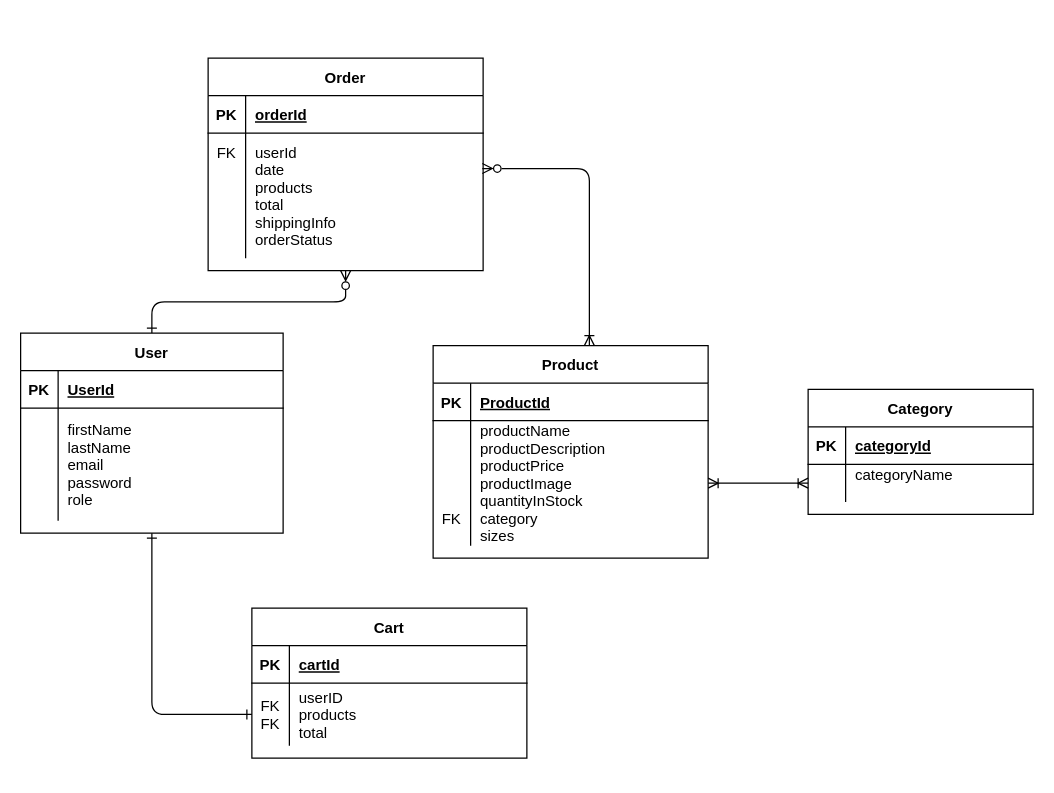
Earlier version of the draw.io diagram E-commerce.dio (NorahManeea/Glow-Backend-Project). Source tidied: cells renumbered, new cells numbered last; positions are measured from the earlier drawing's top-left corner, leaving out a move shared by most shapes. Both pictures are drawn from the tidied source at 125%, with x=0, y=0 at pixel (20, 58).
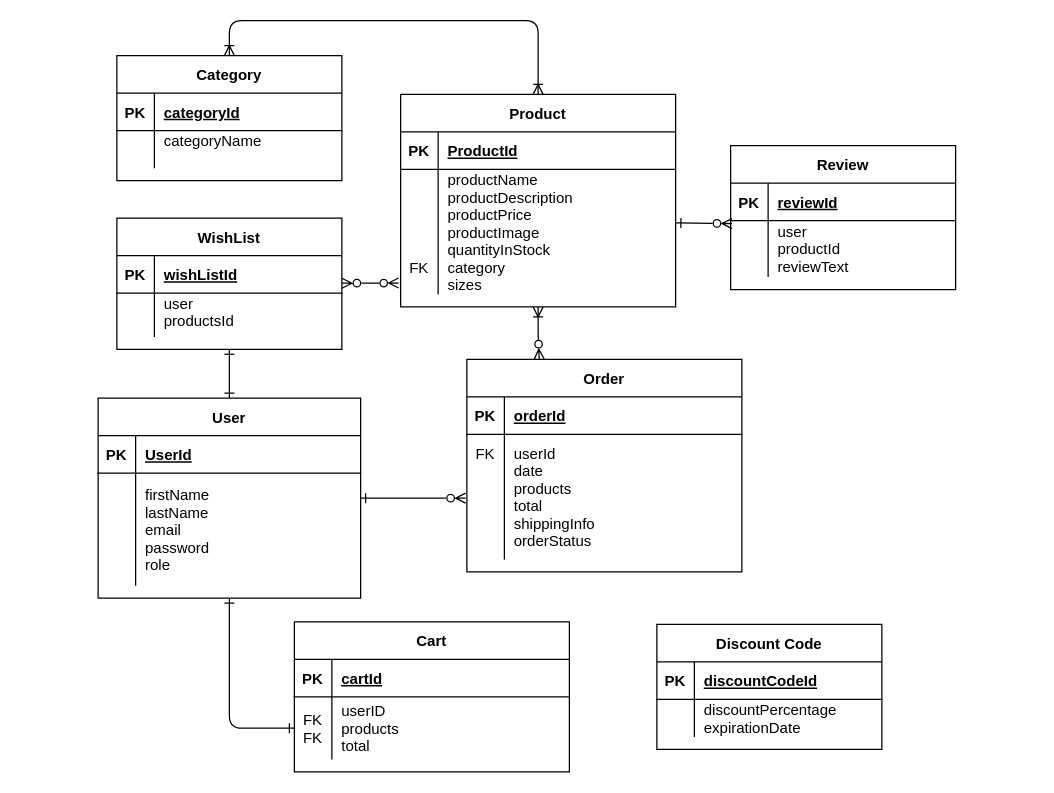
The same page after the edit.

Unchanged cells that the change refers to:
```xml
<mxCell id="14" style="shape=partialRectangle;fillColor=none;points=[[0,0.5],[1,0.5]];portConstraint=eastwest;top=0;left=0;right=0;bottom=0;" parent="10" vertex="1">
  <mxGeometry y="60" width="220" height="100" as="geometry" />
</mxCell>
<mxCell id="21" style="shape=partialRectangle;fillColor=none;points=[[0,0.5],[1,0.5]];portConstraint=eastwest;top=0;left=0;right=0;bottom=0;" parent="17" vertex="1">
  <mxGeometry y="60" width="180" height="30" as="geometry" />
</mxCell>
<mxCell id="35" style="shape=partialRectangle;fillColor=none;points=[[0,0.5],[1,0.5]];portConstraint=eastwest;top=0;left=0;right=0;bottom=0;" parent="31" vertex="1">
  <mxGeometry y="60" width="220" height="100" as="geometry" />
</mxCell>
```

Diff of the diagram source:
```diff
@@
-    <mxCell id="2" style="edgeStyle=orthogonalEdgeStyle;rounded=1;jettySize=auto;html=1;entryX=0.5;entryY=1;entryDx=0;entryDy=0;startArrow=ERone;startFill=0;endArrow=ERzeroToMany;endFill=0;" parent="1" edge="1" source="3" target="31">
-      <mxGeometry relative="1" as="geometry" />
+    <mxCell id="2" style="edgeStyle=orthogonalEdgeStyle;rounded=1;jettySize=auto;html=1;startArrow=ERone;startFill=0;endArrow=ERzeroToMany;endFill=0;" parent="1" edge="1" source="3">
+      <mxGeometry relative="1" as="geometry">
+        <mxPoint x="356" y="352" as="targetPoint" />
+      </mxGeometry>
     </mxCell>
+    <mxCell id="41" style="edgeStyle=none;rounded=1;html=1;entryX=0.5;entryY=1;entryDx=0;entryDy=0;startArrow=ERone;startFill=0;endArrow=ERone;endFill=0;" parent="1" edge="1" source="3" target="57">
+      <mxGeometry relative="1" as="geometry" />
+    </mxCell>
     <mxCell id="3" value="User" style="shape=table;startSize=30;childLayout=tableLayout;rowLines=0;fontStyle=1;align=center;" parent="1" vertex="1">
-      <mxGeometry y="220" width="210" height="160" as="geometry" />
+      <mxGeometry x="62" y="272" width="210" height="160" as="geometry" />
     </mxCell>
@@
     <mxCell id="10" value="Product" style="shape=table;startSize=30;childLayout=tableLayout;rowLines=0;fontStyle=1;align=center;" parent="1" vertex="1">
-      <mxGeometry x="330" y="230" width="220" height="170" as="geometry" />
+      <mxGeometry x="304" y="29" width="220" height="170" as="geometry" />
     </mxCell>
@@
     <mxCell id="17" value="Category" style="shape=table;startSize=30;childLayout=tableLayout;rowLines=0;fontStyle=1;align=center;" parent="1" vertex="1">
-      <mxGeometry x="630" y="265" width="180" height="100" as="geometry" />
+      <mxGeometry x="77" y="-2" width="180" height="100" as="geometry" />
     </mxCell>
@@
     <mxCell id="24" value="Cart" style="shape=table;startSize=30;childLayout=tableLayout;rowLines=0;fontStyle=1;align=center;" parent="1" vertex="1">
-      <mxGeometry x="185" y="440" width="220" height="120" as="geometry" />
+      <mxGeometry x="219" y="451" width="220" height="120" as="geometry" />
     </mxCell>
@@
     <mxCell id="31" value="Order" style="shape=table;startSize=30;childLayout=tableLayout;rowLines=0;fontStyle=1;align=center;" parent="1" vertex="1">
-      <mxGeometry x="150" width="220" height="170" as="geometry" />
+      <mxGeometry x="357" y="241" width="220" height="170" as="geometry" />
     </mxCell>
@@
-    <mxCell id="38" style="edgeStyle=orthogonalEdgeStyle;rounded=0;jettySize=auto;html=1;endArrow=ERoneToMany;endFill=0;startArrow=ERoneToMany;startFill=0;" parent="1" edge="1" source="14" target="21">
-      <mxGeometry relative="1" as="geometry" />
+    <mxCell id="38" style="edgeStyle=orthogonalEdgeStyle;rounded=1;jettySize=auto;html=1;endArrow=ERoneToMany;endFill=0;startArrow=ERoneToMany;startFill=0;entryX=0.5;entryY=0;entryDx=0;entryDy=0;exitX=0.5;exitY=0;exitDx=0;exitDy=0;" parent="1" edge="1" source="10" target="17">
+      <mxGeometry relative="1" as="geometry">
+        <Array as="points">
+          <mxPoint x="414" y="-30" />
+          <mxPoint x="167" y="-30" />
+        </Array>
+      </mxGeometry>
     </mxCell>
-    <mxCell id="39" style="edgeStyle=orthogonalEdgeStyle;rounded=1;jettySize=auto;html=1;entryX=0.997;entryY=0.283;entryDx=0;entryDy=0;entryPerimeter=0;endArrow=ERzeroToMany;endFill=0;startArrow=ERoneToMany;startFill=0;" parent="1" edge="1" source="10" target="35">
-      <mxGeometry relative="1" as="geometry">
-        <Array as="points">
-          <mxPoint x="455" y="88" />
-        </Array>
-      </mxGeometry>
+    <mxCell id="39" style="edgeStyle=orthogonalEdgeStyle;rounded=1;jettySize=auto;html=1;endArrow=ERzeroToMany;endFill=0;startArrow=ERoneToMany;startFill=0;entryX=0.263;entryY=-0.001;entryDx=0;entryDy=0;entryPerimeter=0;" parent="1" edge="1" source="10" target="31">
+      <mxGeometry relative="1" as="geometry" />
     </mxCell>
@@
+    <mxCell id="42" value="Discount Code" style="shape=table;startSize=30;childLayout=tableLayout;rowLines=0;fontStyle=1;align=center;" parent="1" vertex="1">
+      <mxGeometry x="509" y="453" width="180" height="100" as="geometry" />
+    </mxCell>
+    <mxCell id="43" style="shape=partialRectangle;fillColor=none;top=0;left=0;right=0;bottom=1;" parent="42" vertex="1">
+      <mxGeometry y="30" width="180" height="30" as="geometry" />
+    </mxCell>
+    <mxCell id="44" value="PK" style="shape=partialRectangle;overflow=hidden;fillColor=none;top=0;left=0;bottom=0;right=0;fontStyle=1;" parent="43" vertex="1">
+      <mxGeometry width="30" height="30" as="geometry" />
+    </mxCell>
+    <mxCell id="45" value="discountCodeId" style="shape=partialRectangle;overflow=hidden;fillColor=none;top=0;left=0;bottom=0;right=0;align=left;spacingLeft=6;fontStyle=5;" parent="43" vertex="1">
+      <mxGeometry x="30" width="150" height="30" as="geometry" />
+    </mxCell>
+    <mxCell id="46" style="shape=partialRectangle;fillColor=none;top=0;left=0;right=0;bottom=0;" parent="42" vertex="1">
+      <mxGeometry y="60" width="180" height="30" as="geometry" />
+    </mxCell>
+    <mxCell id="47" style="shape=partialRectangle;overflow=hidden;fillColor=none;top=0;left=0;bottom=0;right=0;" parent="46" vertex="1">
+      <mxGeometry width="30" height="30" as="geometry" />
+    </mxCell>
+    <mxCell id="48" value="discountPercentage&#10;expirationDate" style="shape=partialRectangle;overflow=hidden;fillColor=none;top=0;left=0;bottom=0;right=0;align=left;spacingLeft=6;" parent="46" vertex="1">
+      <mxGeometry x="30" width="150" height="30" as="geometry" />
+    </mxCell>
+    <mxCell id="49" value="Review" style="shape=table;startSize=30;childLayout=tableLayout;rowLines=0;fontStyle=1;align=center;" parent="1" vertex="1">
+      <mxGeometry x="568" y="70" width="180" height="115.1" as="geometry" />
+    </mxCell>
+    <mxCell id="50" style="shape=partialRectangle;fillColor=none;points=[[0,0.5],[1,0.5]];portConstraint=eastwest;top=0;left=0;right=0;bottom=1;" parent="49" vertex="1">
+      <mxGeometry y="30" width="180" height="30" as="geometry" />
+    </mxCell>
+    <mxCell id="51" value="PK" style="shape=partialRectangle;overflow=hidden;fillColor=none;top=0;left=0;bottom=0;right=0;fontStyle=1;" parent="50" vertex="1">
+      <mxGeometry width="30" height="30" as="geometry" />
+    </mxCell>
+    <mxCell id="52" value="reviewId" style="shape=partialRectangle;overflow=hidden;fillColor=none;top=0;left=0;bottom=0;right=0;align=left;spacingLeft=6;fontStyle=5;" parent="50" vertex="1">
+      <mxGeometry x="30" width="150" height="30" as="geometry" />
+    </mxCell>
+    <mxCell id="53" style="shape=partialRectangle;fillColor=none;top=0;left=0;right=0;bottom=0;" parent="49" vertex="1">
+      <mxGeometry y="60" width="180" height="45" as="geometry" />
+    </mxCell>
+    <mxCell id="54" style="shape=partialRectangle;overflow=hidden;fillColor=none;top=0;left=0;bottom=0;right=0;" parent="53" vertex="1">
+      <mxGeometry width="30" height="45" as="geometry" />
+    </mxCell>
+    <mxCell id="55" value="user&#10;productId&#10;reviewText" style="shape=partialRectangle;overflow=hidden;fillColor=none;top=0;left=0;bottom=0;right=0;align=left;spacingLeft=6;" parent="53" vertex="1">
+      <mxGeometry x="30" width="150" height="45" as="geometry" />
+    </mxCell>
+    <mxCell id="56" style="edgeStyle=none;rounded=1;html=1;entryX=-0.007;entryY=0.909;entryDx=0;entryDy=0;entryPerimeter=0;startArrow=ERzeroToMany;startFill=0;endArrow=ERzeroToMany;endFill=0;" parent="1" edge="1" source="57" target="14">
+      <mxGeometry relative="1" as="geometry" />
+    </mxCell>
+    <mxCell id="57" value="WishList" style="shape=table;startSize=30;childLayout=tableLayout;rowLines=0;fontStyle=1;align=center;" parent="1" vertex="1">
+      <mxGeometry x="77" y="128" width="180" height="104.9" as="geometry" />
+    </mxCell>
+    <mxCell id="58" style="shape=partialRectangle;fillColor=none;top=0;left=0;right=0;bottom=1;" parent="57" vertex="1">
+      <mxGeometry y="30" width="180" height="30" as="geometry" />
+    </mxCell>
+    <mxCell id="59" value="PK" style="shape=partialRectangle;overflow=hidden;fillColor=none;top=0;left=0;bottom=0;right=0;fontStyle=1;" parent="58" vertex="1">
+      <mxGeometry width="30" height="30" as="geometry" />
+    </mxCell>
+    <mxCell id="60" value="wishListId" style="shape=partialRectangle;overflow=hidden;fillColor=none;top=0;left=0;bottom=0;right=0;align=left;spacingLeft=6;fontStyle=5;" parent="58" vertex="1">
+      <mxGeometry x="30" width="150" height="30" as="geometry" />
+    </mxCell>
+    <mxCell id="61" style="shape=partialRectangle;fillColor=none;top=0;left=0;right=0;bottom=0;" parent="57" vertex="1">
+      <mxGeometry y="60" width="180" height="35" as="geometry" />
+    </mxCell>
+    <mxCell id="62" style="shape=partialRectangle;overflow=hidden;fillColor=none;top=0;left=0;bottom=0;right=0;" parent="61" vertex="1">
+      <mxGeometry width="30" height="35" as="geometry" />
+    </mxCell>
+    <mxCell id="63" value="user&#10;productsId&#10;" style="shape=partialRectangle;overflow=hidden;fillColor=none;top=0;left=0;bottom=0;right=0;align=left;spacingLeft=6;" parent="61" vertex="1">
+      <mxGeometry x="30" width="150" height="35" as="geometry" />
+    </mxCell>
+    <mxCell id="64" style="edgeStyle=none;rounded=1;html=1;entryX=0.006;entryY=1.079;entryDx=0;entryDy=0;endArrow=ERzeroToMany;endFill=0;exitX=1.001;exitY=0.428;exitDx=0;exitDy=0;exitPerimeter=0;entryPerimeter=0;startArrow=ERone;startFill=0;" parent="1" edge="1" source="14" target="50">
+      <mxGeometry relative="1" as="geometry" />
+    </mxCell>
```
